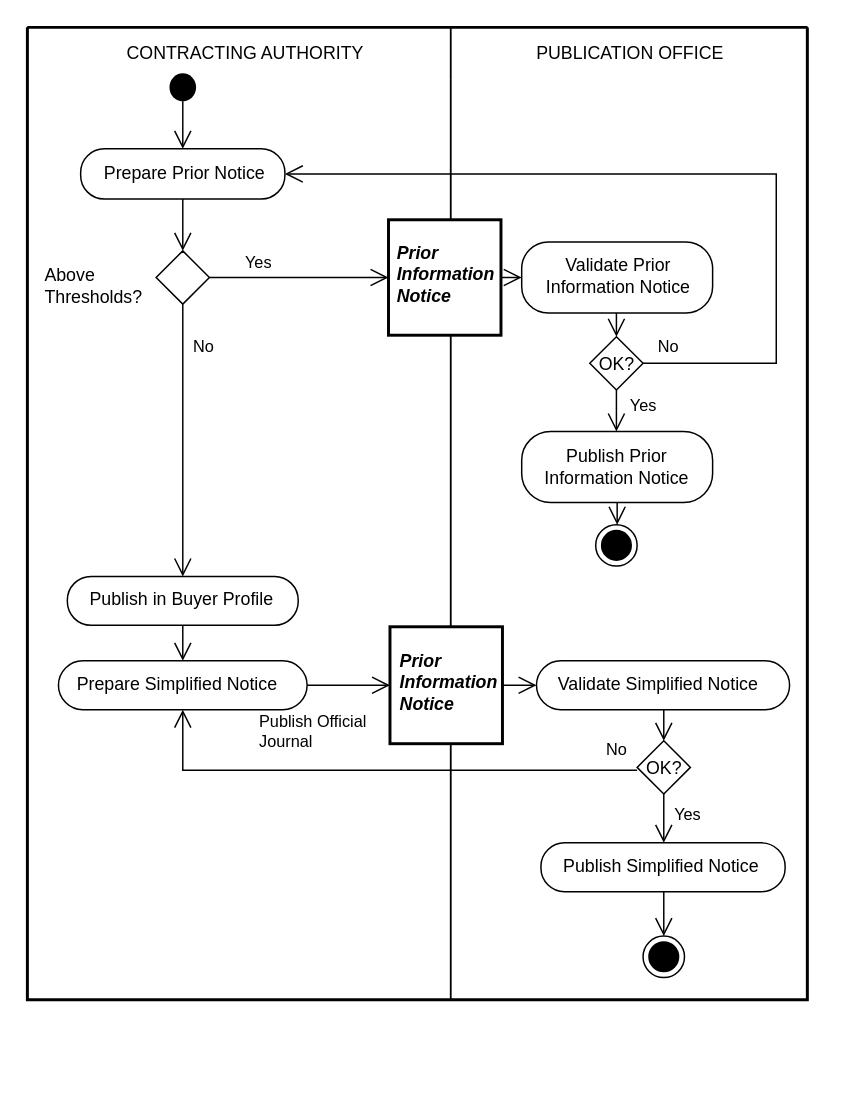
This is diagrams/UBL-2.2-Tender-ContractInfoPrep/UBL-2.2-Tender-ContractInfoPrep.drawio from kduvekot/ubl-work-on-svg-images, a draw.io file, before an edit. Source tidied: cells renumbered, new cells numbered last; positions are measured from the earlier drawing's top-left corner, leaving out a move shared by most shapes. Both pictures are drawn from the tidied source at 148%, with x=0, y=0 at pixel (27, 27).
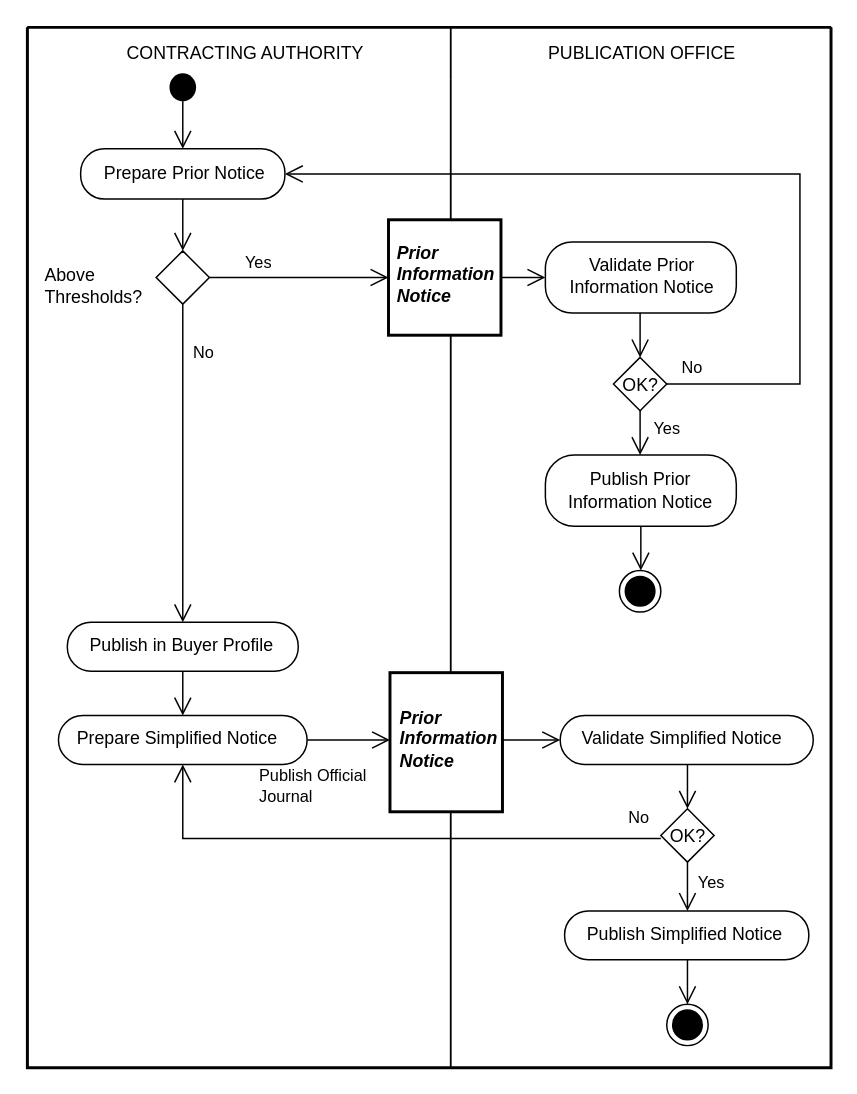
After the change.

Unchanged cells that the change refers to:
```xml
<mxCell id="6" value="Prepare Prior Notice" style="rounded=1;absoluteArcSize=1;arcSize=32;html=1;whiteSpace=nowrap;fontStyle=0;align=center;verticalAlign=middle;spacing=0;spacingLeft=2;spacingBottom=1;" parent="3" vertex="1">
  <mxGeometry x="36" y="82" width="138" height="34" as="geometry" />
</mxCell>
```

The edit, as a diff of the source:
```diff
@@
     <mxCell id="2" style="swimlane;html=1;startSize=0;whiteSpace=wrap;fillColor=none;strokeWidth=2;" parent="1" vertex="1">
-      <mxGeometry width="527" height="657" as="geometry" />
+      <mxGeometry width="543" height="703" as="geometry" />
     </mxCell>
     <mxCell id="3" value="CONTRACTING AUTHORITY" style="swimlane;horizontal=1;startSize=35;swimlaneLine=0;html=1;fillColor=none;fontStyle=0;spacing=0;spacingLeft=8;" parent="2" vertex="1">
-      <mxGeometry width="286" height="657" as="geometry" />
+      <mxGeometry width="286" height="703" as="geometry" />
     </mxCell>
     <mxCell id="4" value="PUBLICATION OFFICE" style="swimlane;horizontal=1;startSize=35;swimlaneLine=0;html=1;fillColor=none;fontStyle=0;spacing=0;" parent="2" vertex="1">
-      <mxGeometry x="286" width="241" height="657" as="geometry" />
+      <mxGeometry x="286" width="257" height="703" as="geometry" />
     </mxCell>
@@
     <mxCell id="8" value="Validate Prior&lt;br&gt;Information Notice" style="rounded=1;absoluteArcSize=1;arcSize=36;html=1;whiteSpace=nowrap;fontStyle=0;align=center;verticalAlign=middle;spacing=0;spacingBottom=2;" parent="4" vertex="1">
-      <mxGeometry x="48" y="145" width="129" height="48" as="geometry" />
+      <mxGeometry x="64" y="145" width="129" height="48" as="geometry" />
     </mxCell>
@@
     <mxCell id="10" value="OK?" style="rhombus;html=1;whiteSpace=nowrap;fontStyle=0;align=center;verticalAlign=middle;spacing=0;spacingTop=2;" parent="4" vertex="1">
-      <mxGeometry x="94" y="209" width="36" height="36" as="geometry" />
+      <mxGeometry x="110" y="223" width="36" height="36" as="geometry" />
     </mxCell>
     <mxCell id="11" value="Publish Prior&lt;br&gt;Information Notice" style="rounded=1;absoluteArcSize=1;arcSize=39;html=1;whiteSpace=nowrap;fontStyle=0;align=center;verticalAlign=middle;spacing=0;spacingRight=2;spacingBottom=1;" parent="4" vertex="1">
-      <mxGeometry x="48" y="273" width="129" height="48" as="geometry" />
+      <mxGeometry x="64" y="289" width="129" height="48" as="geometry" />
     </mxCell>
     <mxCell id="12" style="ellipse;shape=endState;fillColor=#000000;html=1;" parent="4" vertex="1">
-      <mxGeometry x="98" y="336" width="28" height="28" as="geometry" />
+      <mxGeometry x="114" y="367" width="28" height="28" as="geometry" />
     </mxCell>
     <mxCell id="13" value="Publish in Buyer Profile" style="rounded=1;absoluteArcSize=1;arcSize=32;html=1;whiteSpace=nowrap;fontStyle=0;align=center;verticalAlign=middle;spacing=0;spacingRight=2;spacingBottom=1;" parent="3" vertex="1">
-      <mxGeometry x="27" y="371" width="156" height="33" as="geometry" />
+      <mxGeometry x="27" y="402" width="156" height="33" as="geometry" />
     </mxCell>
     <mxCell id="14" value="Prior&lt;br&gt;Information&lt;br&gt;Notice" style="rounded=0;html=1;whiteSpace=nowrap;fontStyle=3;align=left;verticalAlign=middle;spacing=0;spacingLeft=7;spacingBottom=4;strokeWidth=2;" parent="4" vertex="1">
-      <mxGeometry x="-41" y="405" width="76" height="79" as="geometry" />
+      <mxGeometry x="-41" y="436" width="76" height="94" as="geometry" />
     </mxCell>
     <mxCell id="15" value="Validate Simplified Notice" style="rounded=1;absoluteArcSize=1;arcSize=33;html=1;whiteSpace=nowrap;fontStyle=0;align=center;verticalAlign=middle;spacing=0;spacingRight=7;spacingBottom=1;" parent="4" vertex="1">
-      <mxGeometry x="58" y="428" width="171" height="33" as="geometry" />
+      <mxGeometry x="74" y="465" width="171" height="33" as="geometry" />
     </mxCell>
     <mxCell id="16" value="Prepare Simplified Notice" style="rounded=1;absoluteArcSize=1;arcSize=33;html=1;whiteSpace=nowrap;fontStyle=0;align=center;verticalAlign=middle;spacing=0;spacingRight=8;spacingBottom=1;" parent="3" vertex="1">
-      <mxGeometry x="21" y="428" width="168" height="33" as="geometry" />
+      <mxGeometry x="21" y="465" width="168" height="33" as="geometry" />
     </mxCell>
     <mxCell id="17" value="OK?" style="rhombus;html=1;whiteSpace=nowrap;fontStyle=0;align=center;verticalAlign=middle;spacing=0;spacingTop=2;" parent="4" vertex="1">
-      <mxGeometry x="126" y="482" width="36" height="36" as="geometry" />
+      <mxGeometry x="142" y="528" width="36" height="36" as="geometry" />
     </mxCell>
     <mxCell id="18" value="Publish Simplified Notice" style="rounded=1;absoluteArcSize=1;arcSize=32;html=1;whiteSpace=nowrap;fontStyle=0;align=center;verticalAlign=middle;spacing=0;spacingRight=4;spacingBottom=2;" parent="4" vertex="1">
-      <mxGeometry x="61" y="551" width="165" height="33" as="geometry" />
+      <mxGeometry x="77" y="597" width="165" height="33" as="geometry" />
     </mxCell>
     <mxCell id="19" style="ellipse;shape=endState;fillColor=#000000;html=1;" parent="4" vertex="1">
-      <mxGeometry x="130" y="614" width="28" height="28" as="geometry" />
+      <mxGeometry x="146" y="660" width="28" height="28" as="geometry" />
     </mxCell>
@@
     <mxCell id="21" value="No" style="edgeStyle=orthogonalEdgeStyle;rounded=0;html=1;endArrow=open;endFill=0;endSize=10;exitPerimeter=0;entryPerimeter=0;fontStyle=0;align=center;verticalAlign=middle;labelBackgroundColor=none;exitX=1;exitY=0.5;entryX=1;entryY=0.5;" parent="2" edge="1" source="10" target="6">
       <mxGeometry x="-0.94" relative="1" as="geometry">
         <Array as="points">
-          <mxPoint x="506" y="227" />
-          <mxPoint x="506" y="99" />
+          <mxPoint x="522" y="241" />
+          <mxPoint x="522" y="99" />
         </Array>
         <mxPoint y="-11" as="offset" />
       </mxGeometry>
     </mxCell>
@@
-    <mxCell id="30" style="edgeStyle=none;rounded=0;html=1;endArrow=open;endFill=0;endSize=10;exitX=1;exitY=0.5;exitPerimeter=0;entryX=0;entryY=0.5;entryPerimeter=0;" parent="4" edge="1" source="14" target="15">
+    <mxCell id="30" style="edgeStyle=none;rounded=0;html=1;endArrow=open;endFill=0;endSize=10;exitX=1;exitY=0.484043;exitPerimeter=0;entryX=0;entryY=0.5;entryPerimeter=0;" parent="4" edge="1" source="14" target="15">
       <mxGeometry relative="1" as="geometry" />
     </mxCell>
-    <mxCell id="31" value="Publish Official&lt;br&gt;Journal" style="edgeStyle=none;rounded=0;html=1;endArrow=open;endFill=0;endSize=10;exitX=1;exitY=0.5;exitPerimeter=0;entryX=0;entryY=0.5;entryPerimeter=0;fontStyle=0;align=left;verticalAlign=middle;labelBackgroundColor=none;" parent="2" edge="1" source="16" target="14">
+    <mxCell id="31" value="Publish Official&lt;br&gt;Journal" style="edgeStyle=none;rounded=0;html=1;endArrow=open;endFill=0;endSize=10;exitX=1;exitY=0.5;exitPerimeter=0;entryX=0;entryY=0.484043;entryPerimeter=0;fontStyle=0;align=left;verticalAlign=middle;labelBackgroundColor=none;" parent="2" edge="1" source="16" target="14">
       <mxGeometry x="-1" relative="1" as="geometry">
         <mxPoint x="-34" y="31" as="offset" />
       </mxGeometry>
     </mxCell>
@@
     <mxCell id="33" value="No" style="edgeStyle=orthogonalEdgeStyle;rounded=0;html=1;endArrow=open;endFill=0;endSize=10;exitPerimeter=0;entryPerimeter=0;fontStyle=0;align=center;verticalAlign=middle;labelBackgroundColor=none;exitX=0;exitY=0.555556;entryX=0.5;entryY=1;" parent="2" edge="1" source="17" target="16">
       <mxGeometry x="-0.92" relative="1" as="geometry">
         <Array as="points">
-          <mxPoint x="105" y="502" />
+          <mxPoint x="105" y="548" />
         </Array>
         <mxPoint y="-14" as="offset" />
       </mxGeometry>
     </mxCell>
```
